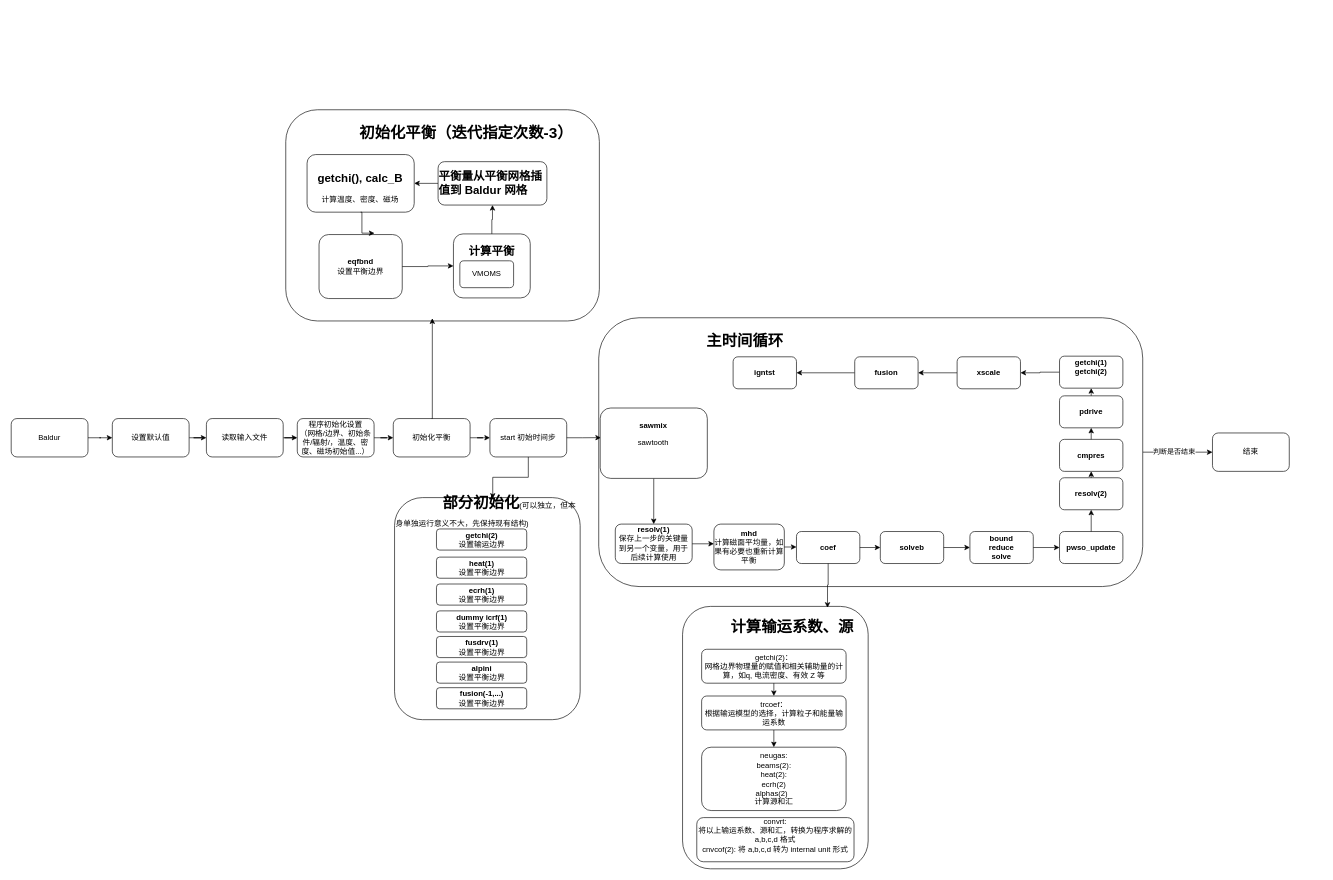
Above: page "050825" (7 of 7) of Baldur.drawio in jiaxing-liu/flowchart (draw.io), before the change. Source tidied: cells renumbered, new cells numbered last; positions are measured from the earlier drawing's top-left corner, leaving out a move shared by most shapes. Both pictures are drawn from the tidied source at 64%, with x=0, y=0 at pixel (11, 11).
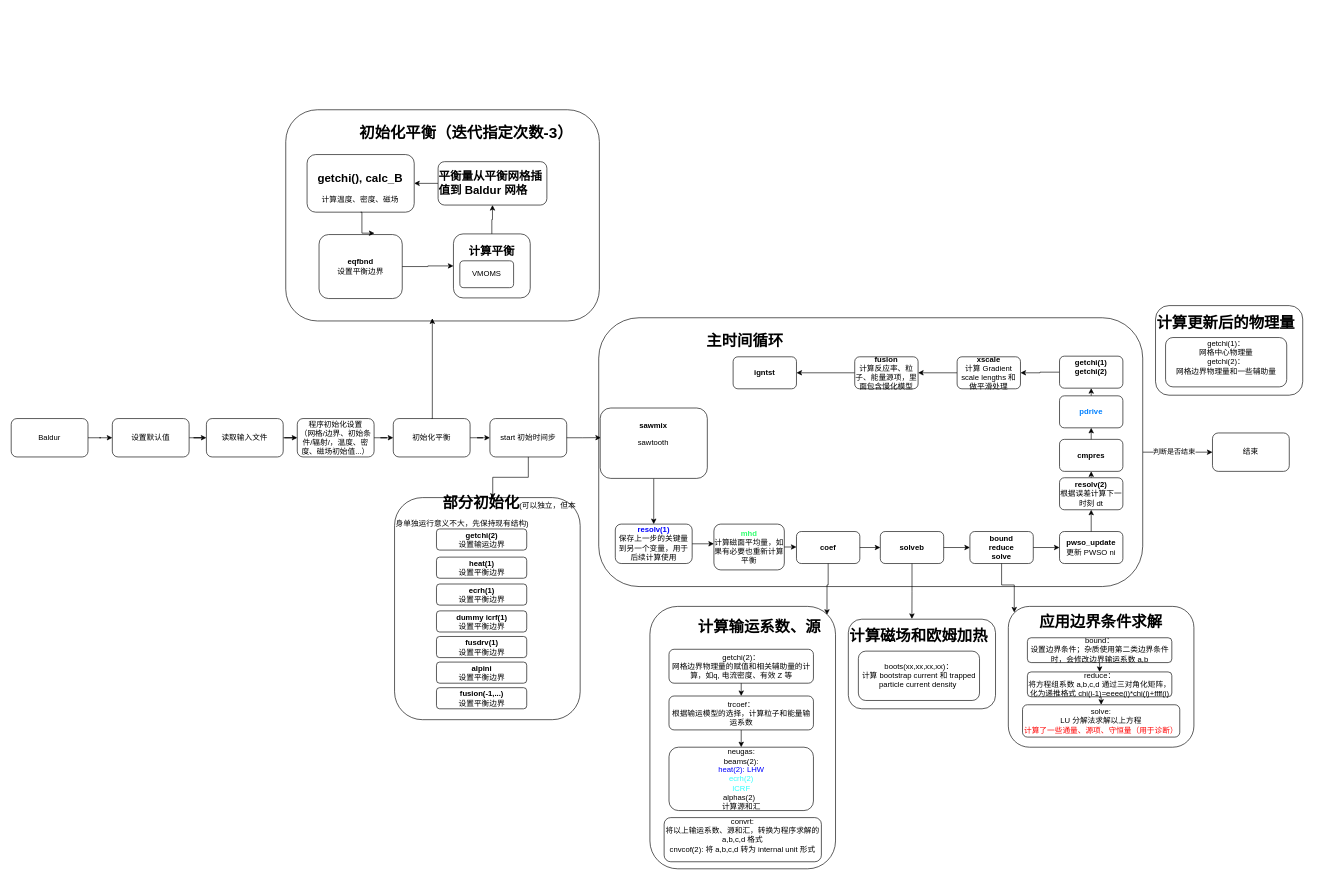
Above is the later version.

Unchanged cells that the change refers to:
```xml
<mxCell id="56" style="group;" parent="55" vertex="1">
  <mxGeometry width="110" height="70" as="geometry" />
</mxCell>
<mxCell id="60" value="&lt;div&gt;&lt;b&gt;coef&lt;/b&gt;&lt;/div&gt;" style="rounded=1;whiteSpace=wrap;html=1;" parent="59" vertex="1">
  <mxGeometry width="99" height="50" as="geometry" />
</mxCell>
<mxCell id="62" style="group;" parent="61" vertex="1">
  <mxGeometry width="99" height="50" as="geometry" />
</mxCell>
<mxCell id="65" style="group;" parent="64" vertex="1">
  <mxGeometry width="99" height="50" as="geometry" />
</mxCell>
<mxCell id="71" style="group;" parent="70" vertex="1">
  <mxGeometry width="99" height="50" as="geometry" />
</mxCell>
<mxCell id="77" value="&lt;div&gt;&lt;b&gt;bound&lt;/b&gt;&lt;/div&gt;&lt;div&gt;&lt;b&gt;reduce&lt;/b&gt;&lt;/div&gt;&lt;div&gt;&lt;b&gt;solve&lt;/b&gt;&lt;/div&gt;" style="rounded=1;whiteSpace=wrap;html=1;" parent="76" vertex="1">
  <mxGeometry width="99" height="50" as="geometry" />
</mxCell>
<mxCell id="81" style="group;" parent="80" vertex="1">
  <mxGeometry x="-13" y="-10" width="156" height="120" as="geometry" />
</mxCell>
<mxCell id="87" value="&lt;div&gt;&lt;b&gt;solveb&lt;/b&gt;&lt;/div&gt;" style="rounded=1;whiteSpace=wrap;html=1;" parent="86" vertex="1">
  <mxGeometry width="99" height="50" as="geometry" />
</mxCell>
<mxCell id="101" value="&lt;h1&gt;&amp;nbsp; &amp;nbsp; &amp;nbsp; &amp;nbsp; &amp;nbsp; &amp;nbsp;计算输运系数、源&lt;/h1&gt;&lt;div&gt;&lt;br&gt;&lt;/div&gt;&lt;div&gt;&lt;br&gt;&lt;/div&gt;&lt;div&gt;&lt;br&gt;&lt;/div&gt;&lt;div&gt;&lt;br&gt;&lt;/div&gt;&lt;br&gt;&lt;div&gt;&lt;br&gt;&lt;/div&gt;&lt;div&gt;&lt;br&gt;&lt;/div&gt;&lt;div&gt;&lt;br&gt;&lt;/div&gt;&lt;div&gt;&lt;br&gt;&lt;/div&gt;&lt;div&gt;&lt;br&gt;&lt;/div&gt;&lt;div&gt;&lt;br&gt;&lt;/div&gt;&lt;div&gt;&lt;br&gt;&lt;/div&gt;&lt;div&gt;&lt;br&gt;&lt;/div&gt;&lt;div&gt;&lt;br&gt;&lt;/div&gt;&lt;div&gt;&lt;br&gt;&lt;/div&gt;&lt;div&gt;&lt;br&gt;&lt;/div&gt;&lt;div&gt;&lt;br&gt;&lt;/div&gt;&lt;div&gt;&lt;br&gt;&lt;/div&gt;&lt;div&gt;&lt;br&gt;&lt;/div&gt;&lt;div&gt;&lt;br&gt;&lt;/div&gt;&lt;div&gt;&lt;br&gt;&lt;/div&gt;&lt;div&gt;&lt;br&gt;&lt;/div&gt;&lt;div&gt;&lt;br&gt;&lt;/div&gt;&lt;div&gt;&lt;br&gt;&lt;/div&gt;" style="rounded=1;whiteSpace=wrap;html=1;align=left;" parent="100" vertex="1">
  <mxGeometry width="290" height="410" as="geometry" />
</mxCell>
```

What changed in the source:
```diff
@@
-    <mxCell id="57" value="&lt;div&gt;&lt;b&gt;mhd&lt;/b&gt;&lt;/div&gt;&lt;div&gt;计算磁面平均量，如果有必要也重新计算平衡&lt;/div&gt;" style="rounded=1;whiteSpace=wrap;html=1;" parent="56" vertex="1">
+    <mxCell id="57" value="&lt;div&gt;&lt;b&gt;&lt;span style=&quot;color: rgb(0, 0, 255);&quot;&gt;&lt;span style=&quot;color: rgb(0, 0, 255);&quot;&gt;&lt;span style=&quot;color: rgb(0, 0, 255);&quot;&gt;&lt;span style=&quot;color: rgb(47, 255, 109);&quot;&gt;mhd&lt;/span&gt;&lt;/span&gt;&lt;/span&gt;&lt;/span&gt;&lt;/b&gt;&lt;/div&gt;&lt;div&gt;计算磁面平均量，如果有必要也重新计算平衡&lt;/div&gt;" style="rounded=1;whiteSpace=wrap;html=1;" parent="56" vertex="1">
       <mxGeometry y="-1.6" width="110" height="71.6" as="geometry" />
     </mxCell>
@@
-    <mxCell id="63" value="&lt;div&gt;&lt;b&gt;pwso_update&lt;/b&gt;&lt;/div&gt;" style="rounded=1;whiteSpace=wrap;html=1;" parent="62" vertex="1">
+    <mxCell id="63" value="&lt;div&gt;&lt;b&gt;pwso_update&lt;/b&gt;&lt;/div&gt;&lt;div&gt;更新 PWSO ni&lt;/div&gt;" style="rounded=1;whiteSpace=wrap;html=1;" parent="62" vertex="1">
       <mxGeometry width="99" height="50" as="geometry" />
     </mxCell>
@@
-    <mxCell id="66" value="&lt;div&gt;&lt;b&gt;resolv(2)&lt;/b&gt;&lt;/div&gt;" style="rounded=1;whiteSpace=wrap;html=1;" parent="65" vertex="1">
+    <mxCell id="66" value="&lt;div&gt;&lt;b&gt;resolv(2)&lt;/b&gt;&lt;/div&gt;&lt;div&gt;根据误差计算下一时刻 dt&lt;/div&gt;" style="rounded=1;whiteSpace=wrap;html=1;" parent="65" vertex="1">
       <mxGeometry width="99" height="50" as="geometry" />
     </mxCell>
@@
-    <mxCell id="72" value="&lt;div&gt;&lt;b&gt;pdrive&lt;/b&gt;&lt;/div&gt;" style="rounded=1;whiteSpace=wrap;html=1;" parent="71" vertex="1">
+    <mxCell id="72" value="&lt;div&gt;&lt;b style=&quot;color: light-dark(rgb(0, 128, 255), rgb(237, 237, 237));&quot;&gt;pdrive&lt;/b&gt;&lt;/div&gt;" style="rounded=1;whiteSpace=wrap;html=1;" parent="71" vertex="1">
       <mxGeometry y="2" width="99" height="50" as="geometry" />
     </mxCell>
@@
-    <mxCell id="79" value="&lt;div&gt;&lt;b&gt;xscale&lt;/b&gt;&lt;/div&gt;" style="rounded=1;whiteSpace=wrap;html=1;" parent="1" vertex="1">
+    <mxCell id="79" value="&lt;div&gt;&lt;b&gt;xscale&lt;/b&gt;&lt;/div&gt;&lt;div&gt;计算 Gradient scale lengths 和做平滑处理&lt;/div&gt;" style="rounded=1;whiteSpace=wrap;html=1;" parent="1" vertex="1">
       <mxGeometry x="1478" y="540" width="99" height="50" as="geometry" />
     </mxCell>
@@
-    <mxCell id="82" value="&lt;div&gt;&lt;b&gt;resolv(1)&lt;/b&gt;&lt;/div&gt;&lt;div&gt;保存上一步的关键量到另一个变量，用于后续计算使用&lt;/div&gt;" style="rounded=1;whiteSpace=wrap;html=1;" parent="81" vertex="1">
+    <mxCell id="82" value="&lt;div&gt;&lt;b style=&quot;color: light-dark(rgb(0, 0, 255), rgb(237, 237, 237));&quot;&gt;resolv(1)&lt;/b&gt;&lt;/div&gt;&lt;div&gt;保存上一步的关键量到另一个变量，用于后续计算使用&lt;/div&gt;" style="rounded=1;whiteSpace=wrap;html=1;" parent="81" vertex="1">
       <mxGeometry x="17.9" y="48.4" width="120.1" height="61.6" as="geometry" />
     </mxCell>
@@
-    <mxCell id="90" value="&lt;div&gt;&lt;b&gt;fusion&lt;/b&gt;&lt;/div&gt;" style="rounded=1;whiteSpace=wrap;html=1;" parent="1" vertex="1">
+    <mxCell id="90" value="&lt;div&gt;&lt;b&gt;fusion&lt;/b&gt;&lt;/div&gt;&lt;div&gt;计算反应率、粒子、能量源项，里面包含慢化模型&lt;/div&gt;" style="rounded=1;whiteSpace=wrap;html=1;" parent="1" vertex="1">
       <mxGeometry x="1318" y="540" width="99" height="50" as="geometry" />
     </mxCell>
@@
     <mxCell id="100" style="group;" parent="1" vertex="1">
-      <mxGeometry x="1049" y="930" width="290" height="410" as="geometry" />
+      <mxGeometry x="998" y="930" width="290" height="410" as="geometry" />
     </mxCell>
@@
-    <mxCell id="107" value="&lt;div&gt;neugas:&lt;/div&gt;&lt;div&gt;beams(2):&lt;/div&gt;&lt;div&gt;heat(2):&lt;/div&gt;&lt;div&gt;ecrh(2)&lt;br&gt;alphas(2)&amp;nbsp;&amp;nbsp;&lt;/div&gt;&lt;div&gt;计算源和汇&lt;/div&gt;" style="rounded=1;whiteSpace=wrap;html=1;" parent="100" vertex="1">
+    <mxCell id="107" value="&lt;div&gt;neugas:&lt;/div&gt;&lt;div&gt;beams(2):&lt;/div&gt;&lt;div&gt;&lt;span style=&quot;color: rgb(0, 0, 255);&quot;&gt;heat(2): LHW&lt;/span&gt;&lt;/div&gt;&lt;div&gt;&lt;span style=&quot;color: rgb(0, 0, 255);&quot;&gt;&lt;span style=&quot;color: rgb(51, 255, 255);&quot;&gt;ecrh(2)&lt;/span&gt;&lt;/span&gt;&lt;/div&gt;&lt;div&gt;&lt;span style=&quot;color: rgb(0, 0, 255);&quot;&gt;&lt;span style=&quot;color: rgb(51, 255, 255);&quot;&gt;ICRF&lt;/span&gt;&lt;/span&gt;&lt;span style=&quot;color: rgb(51, 255, 255);&quot;&gt;&lt;/span&gt;&lt;/div&gt;&lt;div&gt;alphas(2)&amp;nbsp;&amp;nbsp;&lt;/div&gt;&lt;div&gt;计算源和汇&lt;/div&gt;" style="rounded=1;whiteSpace=wrap;html=1;" parent="100" vertex="1">
       <mxGeometry x="29.8" y="220" width="225.7" height="99" as="geometry" />
     </mxCell>
@@
-    <mxCell id="110" style="edgeStyle=orthogonalEdgeStyle;rounded=0;jettySize=auto;html=1;exitX=0.5;exitY=1;exitDx=0;exitDy=0;entryX=0.781;entryY=0.005;entryDx=0;entryDy=0;entryPerimeter=0;" parent="1" edge="1" source="60" target="101">
+    <mxCell id="110" style="edgeStyle=orthogonalEdgeStyle;rounded=0;jettySize=auto;html=1;exitX=0.5;exitY=1;exitDx=0;exitDy=0;entryX=0.954;entryY=0.032;entryDx=0;entryDy=0;entryPerimeter=0;" parent="1" edge="1" source="60" target="101">
       <mxGeometry relative="1" as="geometry" />
     </mxCell>
+    <mxCell id="111" style="group;" parent="1" vertex="1">
+      <mxGeometry x="1308" y="950" width="260" height="140" as="geometry" />
+    </mxCell>
+    <mxCell id="112" value="&lt;h1&gt;计算磁场和欧姆加热&lt;/h1&gt;&lt;div&gt;&lt;br&gt;&lt;/div&gt;&lt;div&gt;&lt;br&gt;&lt;/div&gt;&lt;div&gt;&lt;br&gt;&lt;/div&gt;&lt;div&gt;&lt;br&gt;&lt;/div&gt;&lt;br&gt;&lt;div&gt;&lt;br&gt;&lt;/div&gt;" style="rounded=1;whiteSpace=wrap;html=1;align=left;" parent="111" vertex="1">
+      <mxGeometry width="230" height="140" as="geometry" />
+    </mxCell>
+    <mxCell id="113" style="group;" parent="111" vertex="1">
+      <mxGeometry x="80" y="49.9" width="125" height="77.1" as="geometry" />
+    </mxCell>
+    <mxCell id="114" style="group;" parent="113" vertex="1">
+      <mxGeometry x="-28.8" width="153.8" height="77.1" as="geometry" />
+    </mxCell>
+    <mxCell id="115" value="&lt;div&gt;boots(xx,xx,xx,xx)：&lt;/div&gt;&lt;div&gt;计算 bootstrap current 和 trapped particle current density&amp;nbsp;&lt;/div&gt;" style="rounded=1;whiteSpace=wrap;html=1;" parent="114" vertex="1">
+      <mxGeometry x="-35.5" width="189.3" height="77.1" as="geometry" />
+    </mxCell>
+    <mxCell id="116" style="edgeStyle=orthogonalEdgeStyle;rounded=0;jettySize=auto;html=1;exitX=0.5;exitY=1;exitDx=0;exitDy=0;entryX=0.432;entryY=-0.003;entryDx=0;entryDy=0;entryPerimeter=0;" parent="1" edge="1" source="87" target="112">
+      <mxGeometry relative="1" as="geometry" />
+    </mxCell>
+    <mxCell id="117" style="group;" parent="1" vertex="1">
+      <mxGeometry x="1558" y="930" width="290" height="300" as="geometry" />
+    </mxCell>
+    <mxCell id="118" value="&lt;h1&gt;&amp;nbsp; &amp;nbsp; &amp;nbsp; &amp;nbsp;应用边界条件求解&lt;/h1&gt;&lt;div&gt;&lt;br&gt;&lt;/div&gt;&lt;div&gt;&lt;br&gt;&lt;/div&gt;&lt;div&gt;&lt;br&gt;&lt;/div&gt;&lt;div&gt;&lt;br&gt;&lt;/div&gt;&lt;br&gt;&lt;div&gt;&lt;br&gt;&lt;/div&gt;&lt;div&gt;&lt;br&gt;&lt;/div&gt;&lt;div&gt;&lt;br&gt;&lt;/div&gt;&lt;div&gt;&lt;br&gt;&lt;/div&gt;&lt;div&gt;&lt;br&gt;&lt;/div&gt;&lt;div&gt;&lt;br&gt;&lt;/div&gt;&lt;div&gt;&lt;br&gt;&lt;/div&gt;" style="rounded=1;whiteSpace=wrap;html=1;align=left;" parent="117" vertex="1">
+      <mxGeometry width="290" height="220" as="geometry" />
+    </mxCell>
+    <mxCell id="119" style="group;" parent="117" vertex="1">
+      <mxGeometry x="106.5" y="49" width="149" height="38.8" as="geometry" />
+    </mxCell>
+    <mxCell id="120" style="group;" parent="119" vertex="1">
+      <mxGeometry x="-34.4" width="183.4" height="38.8" as="geometry" />
+    </mxCell>
+    <mxCell id="121" value="&lt;div&gt;bound：&lt;/div&gt;&lt;div&gt;设置边界条件；杂质使用第二类边界条件时，会修改边界输运系数 a,b&lt;/div&gt;" style="rounded=1;whiteSpace=wrap;html=1;" parent="120" vertex="1">
+      <mxGeometry x="-42.3" width="225.7" height="38.8" as="geometry" />
+    </mxCell>
+    <mxCell id="122" style="edgeStyle=orthogonalEdgeStyle;rounded=0;jettySize=auto;html=1;exitX=0.5;exitY=1;exitDx=0;exitDy=0;entryX=0.5;entryY=0;entryDx=0;entryDy=0;" parent="117" edge="1" source="123" target="125">
+      <mxGeometry relative="1" as="geometry" />
+    </mxCell>
+    <mxCell id="123" value="&lt;div&gt;reduce：&lt;/div&gt;&lt;div&gt;将方程组系数 a,b,c,d 通过三对角化矩阵，化为递推格式 chi(i-1)=eeee(i)*chi(i)+ffff(i)&lt;/div&gt;" style="rounded=1;whiteSpace=wrap;html=1;" parent="117" vertex="1">
+      <mxGeometry x="29.8" y="102.4" width="225.7" height="38.8" as="geometry" />
+    </mxCell>
+    <mxCell id="124" style="edgeStyle=orthogonalEdgeStyle;rounded=0;jettySize=auto;html=1;exitX=0.5;exitY=1;exitDx=0;exitDy=0;entryX=0.5;entryY=0;entryDx=0;entryDy=0;" parent="117" edge="1" source="121" target="123">
+      <mxGeometry relative="1" as="geometry" />
+    </mxCell>
+    <mxCell id="125" value="&lt;div&gt;solve:&lt;/div&gt;&lt;div&gt;LU 分解法求解以上方程&lt;/div&gt;&lt;div&gt;&lt;span style=&quot;color: light-dark(rgb(255, 0, 0), rgb(237, 237, 237));&quot;&gt;计算了一些通量、源项、守恒量（用于诊断）&lt;/span&gt;&lt;/div&gt;" style="rounded=1;whiteSpace=wrap;html=1;" parent="117" vertex="1">
+      <mxGeometry x="22.2" y="153.7" width="245.7" height="50.5" as="geometry" />
+    </mxCell>
+    <mxCell id="126" style="edgeStyle=orthogonalEdgeStyle;rounded=0;jettySize=auto;html=1;exitX=0.5;exitY=1;exitDx=0;exitDy=0;entryX=0.032;entryY=0.043;entryDx=0;entryDy=0;entryPerimeter=0;" parent="1" edge="1" source="77" target="118">
+      <mxGeometry relative="1" as="geometry" />
+    </mxCell>
+    <mxCell id="127" style="group;" parent="1" vertex="1">
+      <mxGeometry x="1788" y="460" width="260" height="140" as="geometry" />
+    </mxCell>
+    <mxCell id="128" value="&lt;h1&gt;计算更新后的物理量&lt;/h1&gt;&lt;div&gt;&lt;br&gt;&lt;/div&gt;&lt;div&gt;&lt;br&gt;&lt;/div&gt;&lt;div&gt;&lt;br&gt;&lt;/div&gt;&lt;div&gt;&lt;br&gt;&lt;/div&gt;&lt;br&gt;&lt;div&gt;&lt;br&gt;&lt;/div&gt;" style="rounded=1;whiteSpace=wrap;html=1;align=left;" parent="127" vertex="1">
+      <mxGeometry width="230" height="140" as="geometry" />
+    </mxCell>
+    <mxCell id="129" style="group;" parent="127" vertex="1">
+      <mxGeometry x="80" y="49.9" width="125" height="77.1" as="geometry" />
+    </mxCell>
+    <mxCell id="130" style="group;" parent="129" vertex="1">
+      <mxGeometry x="-28.8" width="153.8" height="77.1" as="geometry" />
+    </mxCell>
+    <mxCell id="131" value="&lt;div&gt;getchi(1)：&lt;/div&gt;&lt;div&gt;网格中心物理量&lt;/div&gt;&lt;div&gt;&lt;div&gt;getchi(2)：&lt;/div&gt;&lt;div&gt;网格边界物理量和一些辅助量&lt;/div&gt;&amp;nbsp;&lt;/div&gt;" style="rounded=1;whiteSpace=wrap;html=1;" parent="130" vertex="1">
+      <mxGeometry x="-35.5" width="189.3" height="77.1" as="geometry" />
+    </mxCell>
```
